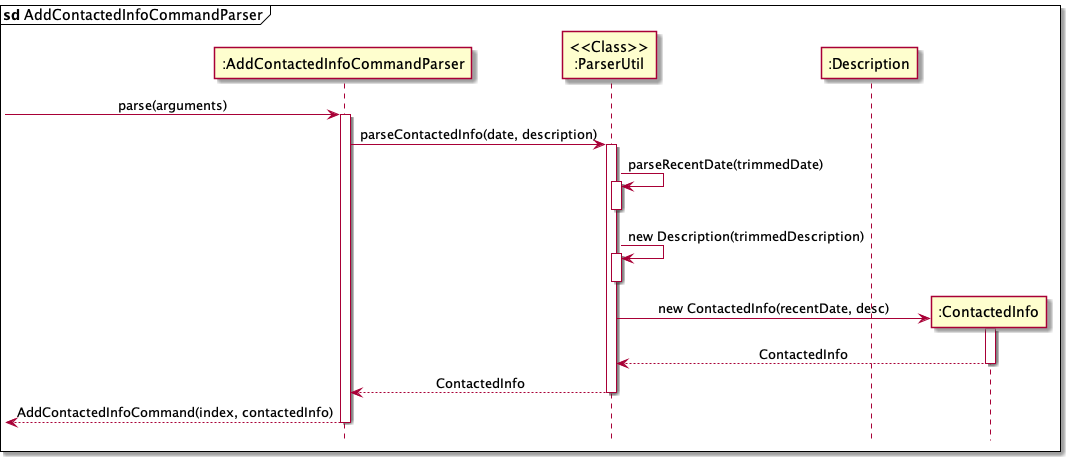
Before: docs/images/AddContactedInfoCommandParserSeqDiagram.png, a diagram exported from PlantUML (pyk595/tp).
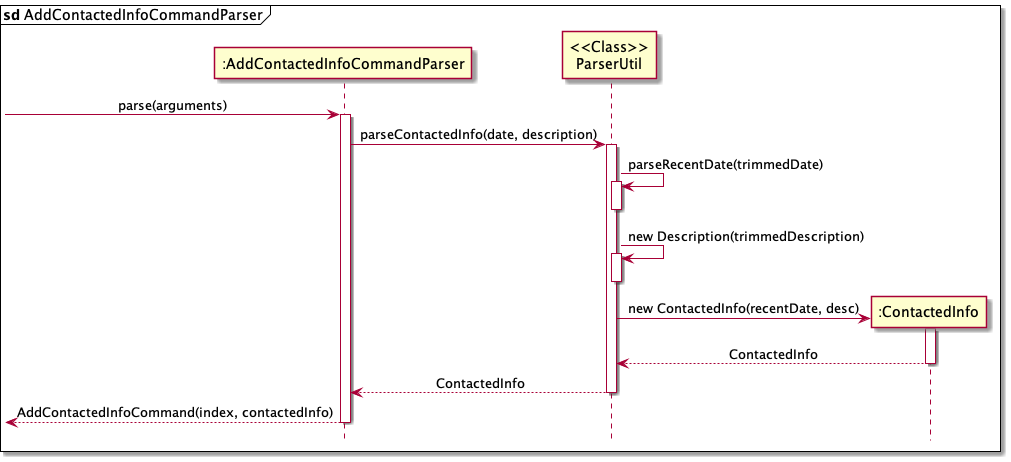
The same diagram one commit later.

The edit, as a diff of the source:
```diff
@@ -12,8 +12,7 @@
 }
 
 participant ":AddContactedInfoCommandParser" as AddContactedInfoCommandParser
-participant "<<Class>>\n:ParserUtil" as ParserUtil
-participant ":Description" as Description
+participant "<<Class>>\nParserUtil" as ParserUtil
 participant ":ContactedInfo" as ContactedInfo
 
 -> AddContactedInfoCommandParser : parse(arguments)
```
